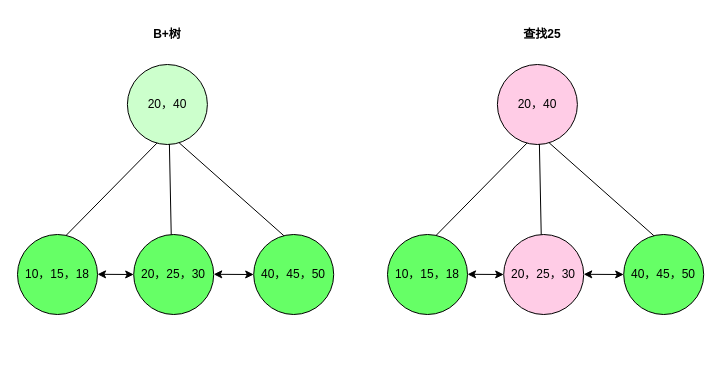
The draw.io diagram algorithm_diagram/B+树查找.drawio in abigalexy/online_drawing, before the edit. Source tidied: cells renumbered, new cells numbered last; positions are measured from the earlier drawing's top-left corner, leaving out a move shared by most shapes. Both pictures are drawn from the tidied source at 100%, with x=0, y=0 at pixel (17, 24).
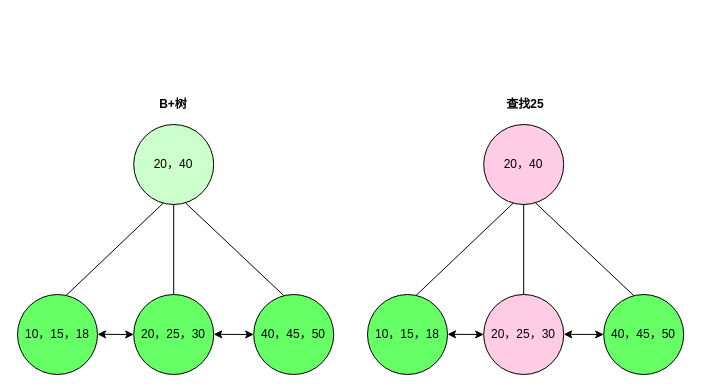
The same page after the edit.

Commit message:
更新B+树查找.drawio

The edit, as a diff of the source:
```diff
@@
-    <mxCell id="3" style="group;" parent="1" vertex="1">
-      <mxGeometry y="40" width="316.2" height="250" as="geometry" />
-    </mxCell>
+    <mxCell id="23" value="&lt;b&gt;B+树&lt;/b&gt;" style="text;strokeColor=none;align=center;fillColor=none;html=1;verticalAlign=middle;whiteSpace=wrap;rounded=0;" parent="1" vertex="1">
+      <mxGeometry x="136.2" y="70" width="40" height="20" as="geometry" />
+    </mxCell>
+    <mxCell id="24" value="&lt;b&gt;查找25&lt;/b&gt;" style="text;strokeColor=none;align=center;fillColor=none;html=1;verticalAlign=middle;whiteSpace=wrap;rounded=0;" parent="1" vertex="1">
+      <mxGeometry x="483.1" y="70" width="50" height="20" as="geometry" />
+    </mxCell>
+    <mxCell id="25" style="group;" parent="1" vertex="1">
+      <mxGeometry y="100" width="316.2" height="250" as="geometry" />
+    </mxCell>
-    <mxCell id="4" value="20，40" style="ellipse;whiteSpace=wrap;html=1;fillColor=#CCFFCC;" parent="3" vertex="1">
-      <mxGeometry x="109.9" width="80" height="80" as="geometry" />
+    <mxCell id="4" value="20，40" style="ellipse;whiteSpace=wrap;html=1;fillColor=#CCFFCC;" parent="25" vertex="1">
+      <mxGeometry x="116.2" width="80" height="80" as="geometry" />
     </mxCell>
-    <mxCell id="5" value="10，15，18" style="ellipse;whiteSpace=wrap;html=1;fillColor=#66FF66;" parent="3" vertex="1">
+    <mxCell id="5" value="10，15，18" style="ellipse;whiteSpace=wrap;html=1;fillColor=#66FF66;" parent="25" vertex="1">
       <mxGeometry y="170" width="80" height="80" as="geometry" />
     </mxCell>
-    <mxCell id="6" value="20，25，30" style="ellipse;whiteSpace=wrap;html=1;fillColor=#66FF66;" parent="3" vertex="1">
+    <mxCell id="6" value="20，25，30" style="ellipse;whiteSpace=wrap;html=1;fillColor=#66FF66;" parent="25" vertex="1">
       <mxGeometry x="116.2" y="170" width="80" height="80" as="geometry" />
     </mxCell>
-    <mxCell id="7" style="endArrow=none;html=1;rounded=0;entryX=0.37;entryY=0.982;entryDx=0;entryDy=0;entryPerimeter=0;exitX=0.604;exitY=0.015;exitDx=0;exitDy=0;exitPerimeter=0;" parent="3" edge="1" source="5" target="4">
+    <mxCell id="7" style="endArrow=none;html=1;rounded=0;entryX=0.37;entryY=0.982;entryDx=0;entryDy=0;entryPerimeter=0;exitX=0.604;exitY=0.015;exitDx=0;exitDy=0;exitPerimeter=0;" parent="25" edge="1" source="5" target="4">
       <mxGeometry relative="1" as="geometry" />
     </mxCell>
-    <mxCell id="8" style="endArrow=none;html=1;rounded=0;exitX=0.469;exitY=0.002;exitDx=0;exitDy=0;entryX=0.525;entryY=0.995;entryDx=0;entryDy=0;entryPerimeter=0;exitPerimeter=0;" parent="3" edge="1" source="6" target="4">
+    <mxCell id="8" style="endArrow=none;html=1;rounded=0;exitX=0.5;exitY=0;exitDx=0;exitDy=0;entryX=0.5;entryY=1;entryDx=0;entryDy=0;" parent="25" edge="1" source="6" target="4">
       <mxGeometry relative="1" as="geometry" />
     </mxCell>
-    <mxCell id="9" style="endArrow=classic;startArrow=classic;html=1;rounded=0;exitX=1;exitY=0.5;exitDx=0;exitDy=0;" parent="3" edge="1">
+    <mxCell id="9" style="endArrow=classic;startArrow=classic;html=1;rounded=0;exitX=1;exitY=0.5;exitDx=0;exitDy=0;" parent="25" edge="1">
       <mxGeometry relative="1" as="geometry">
         <mxPoint x="80" y="209.8" as="sourcePoint" />
         <mxPoint x="116.2" y="210" as="targetPoint" />
       </mxGeometry>
     </mxCell>
-    <mxCell id="10" value="40，45，50" style="ellipse;whiteSpace=wrap;html=1;fillColor=#66FF66;" parent="3" vertex="1">
+    <mxCell id="10" value="40，45，50" style="ellipse;whiteSpace=wrap;html=1;fillColor=#66FF66;" parent="25" vertex="1">
       <mxGeometry x="236.2" y="170" width="80" height="80" as="geometry" />
     </mxCell>
-    <mxCell id="11" style="endArrow=none;html=1;rounded=0;entryX=0.646;entryY=0.978;entryDx=0;entryDy=0;entryPerimeter=0;exitX=0.378;exitY=0.016;exitDx=0;exitDy=0;exitPerimeter=0;" parent="3" edge="1" source="10" target="4">
+    <mxCell id="11" style="endArrow=none;html=1;rounded=0;entryX=0.646;entryY=0.978;entryDx=0;entryDy=0;entryPerimeter=0;exitX=0.378;exitY=0.016;exitDx=0;exitDy=0;exitPerimeter=0;" parent="25" edge="1" source="10" target="4">
       <mxGeometry relative="1" as="geometry" />
     </mxCell>
-    <mxCell id="12" style="endArrow=classic;startArrow=classic;html=1;rounded=0;exitX=1;exitY=0.5;exitDx=0;exitDy=0;entryX=0;entryY=0.5;entryDx=0;entryDy=0;" parent="3" edge="1" target="10">
+    <mxCell id="12" style="endArrow=classic;startArrow=classic;html=1;rounded=0;exitX=1;exitY=0.5;exitDx=0;exitDy=0;entryX=0;entryY=0.5;entryDx=0;entryDy=0;" parent="25" edge="1" target="10">
       <mxGeometry relative="1" as="geometry">
         <mxPoint x="196.2" y="209.8" as="sourcePoint" />
       </mxGeometry>
     </mxCell>
-    <mxCell id="13" style="group;" parent="1" vertex="1">
-      <mxGeometry x="370" y="40" width="316.2" height="250" as="geometry" />
-    </mxCell>
+    <mxCell id="26" style="group;" parent="1" vertex="1">
+      <mxGeometry x="350" y="100" width="316.2" height="250" as="geometry" />
+    </mxCell>
-    <mxCell id="14" value="20，40" style="ellipse;whiteSpace=wrap;html=1;fillColor=#FFCCE6;" parent="13" vertex="1">
-      <mxGeometry x="109.9" width="80" height="80" as="geometry" />
+    <mxCell id="14" value="20，40" style="ellipse;whiteSpace=wrap;html=1;fillColor=#FFCCE6;" parent="26" vertex="1">
+      <mxGeometry x="116.2" width="80" height="80" as="geometry" />
     </mxCell>
-    <mxCell id="15" value="10，15，18" style="ellipse;whiteSpace=wrap;html=1;fillColor=#66FF66;" parent="13" vertex="1">
+    <mxCell id="15" value="10，15，18" style="ellipse;whiteSpace=wrap;html=1;fillColor=#66FF66;" parent="26" vertex="1">
       <mxGeometry y="170" width="80" height="80" as="geometry" />
     </mxCell>
-    <mxCell id="16" value="20，25，30" style="ellipse;whiteSpace=wrap;html=1;fillColor=#FFCCE6;" parent="13" vertex="1">
+    <mxCell id="16" value="20，25，30" style="ellipse;whiteSpace=wrap;html=1;fillColor=#FFCCE6;" parent="26" vertex="1">
       <mxGeometry x="116.2" y="170" width="80" height="80" as="geometry" />
     </mxCell>
-    <mxCell id="17" style="endArrow=none;html=1;rounded=0;entryX=0.37;entryY=0.982;entryDx=0;entryDy=0;entryPerimeter=0;exitX=0.604;exitY=0.015;exitDx=0;exitDy=0;exitPerimeter=0;" parent="13" edge="1" source="15" target="14">
+    <mxCell id="17" style="endArrow=none;html=1;rounded=0;entryX=0.37;entryY=0.982;entryDx=0;entryDy=0;entryPerimeter=0;exitX=0.604;exitY=0.015;exitDx=0;exitDy=0;exitPerimeter=0;" parent="26" edge="1" source="15" target="14">
       <mxGeometry relative="1" as="geometry" />
     </mxCell>
-    <mxCell id="18" style="endArrow=none;html=1;rounded=0;exitX=0.469;exitY=0.002;exitDx=0;exitDy=0;entryX=0.525;entryY=0.995;entryDx=0;entryDy=0;entryPerimeter=0;exitPerimeter=0;" parent="13" edge="1" source="16" target="14">
+    <mxCell id="18" style="endArrow=none;html=1;rounded=0;exitX=0.5;exitY=0;exitDx=0;exitDy=0;entryX=0.5;entryY=1;entryDx=0;entryDy=0;" parent="26" edge="1" source="16" target="14">
       <mxGeometry relative="1" as="geometry" />
     </mxCell>
-    <mxCell id="19" style="endArrow=classic;startArrow=classic;html=1;rounded=0;exitX=1;exitY=0.5;exitDx=0;exitDy=0;" parent="13" edge="1">
-      <mxGeometry relative="1" as="geometry">
-        <mxPoint x="80" y="209.8" as="sourcePoint" />
-        <mxPoint x="116.2" y="210" as="targetPoint" />
-      </mxGeometry>
-    </mxCell>
+    <mxCell id="27" style="endArrow=classic;startArrow=classic;html=1;rounded=0;exitX=1;exitY=0.5;exitDx=0;exitDy=0;" parent="26" edge="1">
+      <mxGeometry relative="1" as="geometry">
+        <mxPoint x="80" y="209.8" as="sourcePoint" />
+        <mxPoint x="116.2" y="210" as="targetPoint" />
+      </mxGeometry>
+    </mxCell>
-    <mxCell id="20" value="40，45，50" style="ellipse;whiteSpace=wrap;html=1;fillColor=#66FF66;" parent="13" vertex="1">
+    <mxCell id="20" value="40，45，50" style="ellipse;whiteSpace=wrap;html=1;fillColor=#66FF66;" parent="26" vertex="1">
       <mxGeometry x="236.2" y="170" width="80" height="80" as="geometry" />
     </mxCell>
-    <mxCell id="21" style="endArrow=none;html=1;rounded=0;entryX=0.646;entryY=0.978;entryDx=0;entryDy=0;entryPerimeter=0;exitX=0.378;exitY=0.016;exitDx=0;exitDy=0;exitPerimeter=0;" parent="13" edge="1" source="20" target="14">
+    <mxCell id="21" style="endArrow=none;html=1;rounded=0;entryX=0.646;entryY=0.978;entryDx=0;entryDy=0;entryPerimeter=0;exitX=0.378;exitY=0.016;exitDx=0;exitDy=0;exitPerimeter=0;" parent="26" edge="1" source="20" target="14">
       <mxGeometry relative="1" as="geometry" />
     </mxCell>
-    <mxCell id="22" style="endArrow=classic;startArrow=classic;html=1;rounded=0;exitX=1;exitY=0.5;exitDx=0;exitDy=0;entryX=0;entryY=0.5;entryDx=0;entryDy=0;" parent="13" edge="1" target="20">
-      <mxGeometry relative="1" as="geometry">
-        <mxPoint x="196.2" y="209.8" as="sourcePoint" />
-      </mxGeometry>
-    </mxCell>
-    <mxCell id="23" value="&lt;b&gt;B+树&lt;/b&gt;" style="text;strokeColor=none;align=center;fillColor=none;html=1;verticalAlign=middle;whiteSpace=wrap;rounded=0;" parent="1" vertex="1">
-      <mxGeometry x="130" width="40" height="20" as="geometry" />
-    </mxCell>
-    <mxCell id="24" value="&lt;b&gt;查找25&lt;/b&gt;" style="text;strokeColor=none;align=center;fillColor=none;html=1;verticalAlign=middle;whiteSpace=wrap;rounded=0;" parent="1" vertex="1">
-      <mxGeometry x="500" width="50" height="20" as="geometry" />
-    </mxCell>
+    <mxCell id="28" style="endArrow=classic;startArrow=classic;html=1;rounded=0;exitX=1;exitY=0.5;exitDx=0;exitDy=0;entryX=0;entryY=0.5;entryDx=0;entryDy=0;" parent="26" edge="1" target="20">
+      <mxGeometry relative="1" as="geometry">
+        <mxPoint x="196.2" y="209.8" as="sourcePoint" />
+      </mxGeometry>
+    </mxCell>
```
